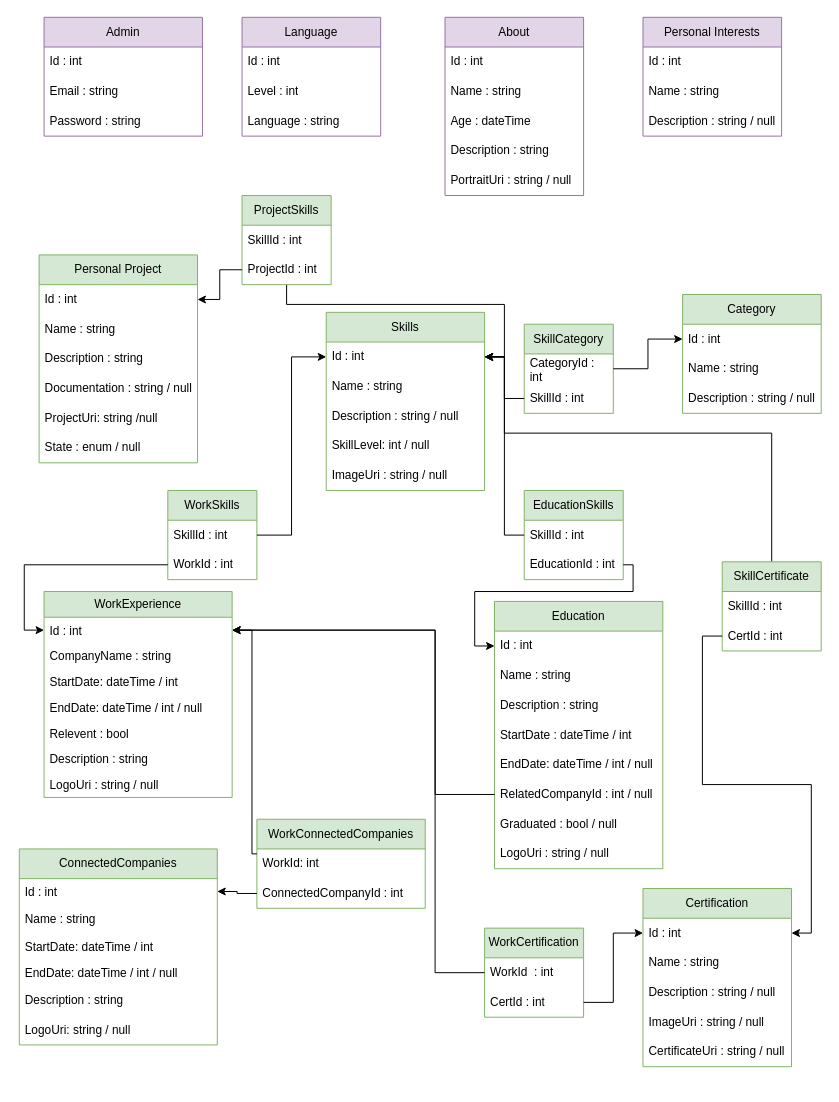
This is Planning/Backend/DatabaseSchema.drawio from Agent00bad/Examensarbete, a draw.io file, before an edit. Source tidied: cells renumbered, new cells numbered last; positions are measured from the earlier drawing's top-left corner, leaving out a move shared by most shapes. Both pictures are drawn from the tidied source at 99%, with x=0, y=0 at pixel (19, 17).
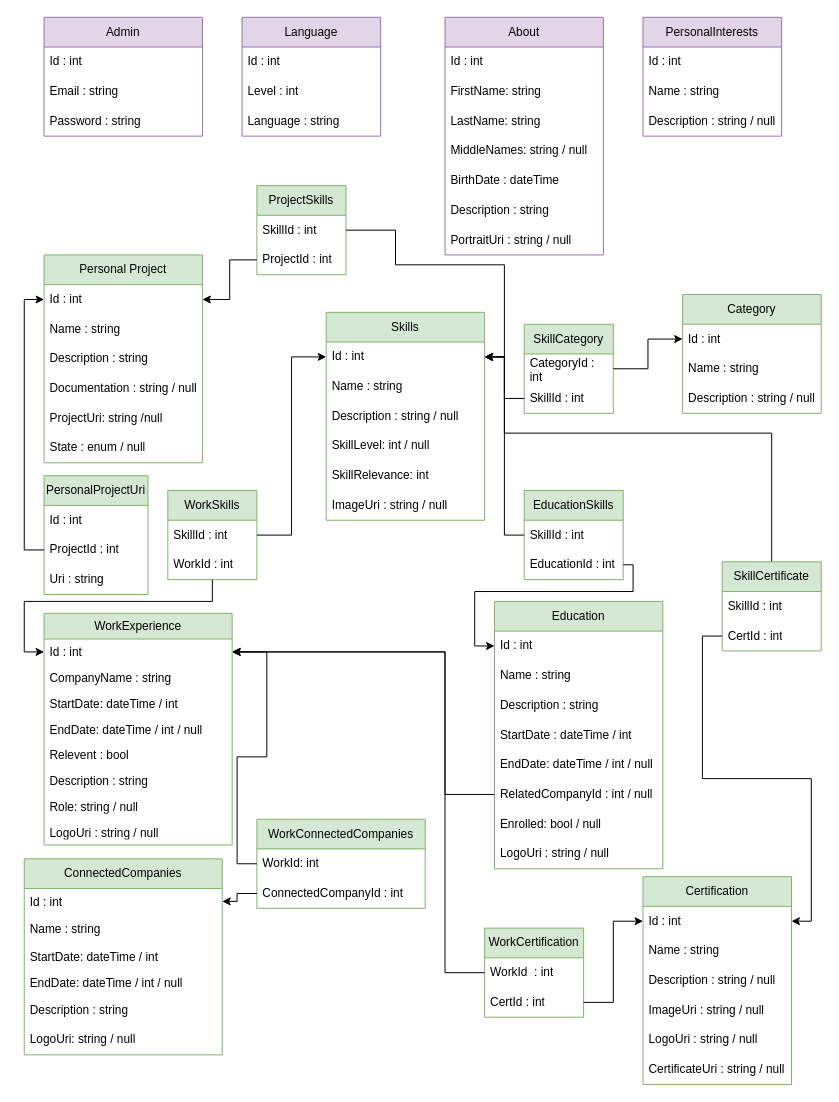
The same page after the edit.

The change refers to these unchanged cells:
```xml
<mxCell id="7" value="Id : int" style="text;strokeColor=none;fillColor=none;align=left;verticalAlign=top;spacingLeft=4;spacingRight=4;overflow=hidden;points=[[0,0.5],[1,0.5]];portConstraint=eastwest;whiteSpace=wrap;html=1;" parent="6" vertex="1">
  <mxGeometry y="26" width="190" height="26" as="geometry" />
</mxCell>
<mxCell id="22" value="Id : int" style="text;strokeColor=none;fillColor=none;align=left;verticalAlign=middle;spacingLeft=4;spacingRight=4;overflow=hidden;points=[[0,0.5],[1,0.5]];portConstraint=eastwest;whiteSpace=wrap;html=1;" parent="21" vertex="1">
  <mxGeometry y="30" width="160" height="30" as="geometry" />
</mxCell>
<mxCell id="27" value="Education" style="swimlane;fontStyle=0;horizontal=1;startSize=30;whiteSpace=wrap;html=1;fillColor=#d5e8d4;strokeColor=#82b366;" parent="1" vertex="1">
  <mxGeometry x="480" y="590" width="170" height="270" as="geometry" />
</mxCell>
<mxCell id="33" value="RelatedCompanyId : int / null" style="text;strokeColor=none;fillColor=none;align=left;verticalAlign=middle;spacingLeft=4;spacingRight=4;overflow=hidden;points=[[0,0.5],[1,0.5]];portConstraint=eastwest;whiteSpace=wrap;html=1;" parent="27" vertex="1">
  <mxGeometry y="180" width="170" height="30" as="geometry" />
</mxCell>
<mxCell id="52" value="Id : int" style="text;strokeColor=none;fillColor=none;align=left;verticalAlign=middle;spacingLeft=4;spacingRight=4;overflow=hidden;points=[[0,0.5],[1,0.5]];portConstraint=eastwest;whiteSpace=wrap;html=1;" parent="51" vertex="1">
  <mxGeometry y="30" width="160" height="30" as="geometry" />
</mxCell>
<mxCell id="70" value="WorkId : int" style="text;strokeColor=none;fillColor=none;align=left;verticalAlign=middle;spacingLeft=4;spacingRight=4;overflow=hidden;points=[[0,0.5],[1,0.5]];portConstraint=eastwest;whiteSpace=wrap;html=1;" parent="68" vertex="1">
  <mxGeometry y="60" width="90" height="30" as="geometry" />
</mxCell>
<mxCell id="73" value="WorkId: int" style="text;strokeColor=none;fillColor=none;align=left;verticalAlign=middle;spacingLeft=4;spacingRight=4;overflow=hidden;points=[[0,0.5],[1,0.5]];portConstraint=eastwest;whiteSpace=wrap;html=1;" parent="72" vertex="1">
  <mxGeometry y="30" width="170" height="30" as="geometry" />
</mxCell>
<mxCell id="99" value="WorkId&amp;nbsp; : int" style="text;strokeColor=none;fillColor=none;align=left;verticalAlign=middle;spacingLeft=4;spacingRight=4;overflow=hidden;points=[[0,0.5],[1,0.5]];portConstraint=eastwest;whiteSpace=wrap;html=1;" parent="98" vertex="1">
  <mxGeometry y="30" width="100" height="30" as="geometry" />
</mxCell>
```

The edit, as a diff of the source:
```diff
@@
     <mxCell id="6" value="WorkExperience" style="swimlane;fontStyle=0;horizontal=1;startSize=26;fillColor=#d5e8d4;whiteSpace=wrap;html=1;strokeColor=#82b366;" parent="1" vertex="1">
-      <mxGeometry x="25" y="580" width="190" height="208" as="geometry" />
+      <mxGeometry x="25" y="602" width="190" height="234" as="geometry" />
     </mxCell>
@@
+    <mxCell id="103" value="Role: string / null" style="text;strokeColor=none;fillColor=none;align=left;verticalAlign=top;spacingLeft=4;spacingRight=4;overflow=hidden;whiteSpace=wrap;html=1;" parent="6" vertex="1">
+      <mxGeometry y="182" width="190" height="26" as="geometry" />
+    </mxCell>
     <mxCell id="13" value="LogoUri : string / null" style="text;strokeColor=none;fillColor=none;align=left;verticalAlign=top;spacingLeft=4;spacingRight=4;overflow=hidden;whiteSpace=wrap;html=1;" parent="6" vertex="1">
-      <mxGeometry y="182" width="190" height="26" as="geometry" />
+      <mxGeometry y="208" width="190" height="26" as="geometry" />
     </mxCell>
     <mxCell id="14" value="ConnectedCompanies" style="swimlane;fontStyle=0;horizontal=1;startSize=30;whiteSpace=wrap;html=1;fillColor=#d5e8d4;strokeColor=#82b366;" parent="1" vertex="1">
-      <mxGeometry y="840" width="200" height="198" as="geometry" />
+      <mxGeometry x="5" y="850" width="200" height="198" as="geometry" />
     </mxCell>
@@
     <mxCell id="21" value="Skills" style="swimlane;fontStyle=0;horizontal=1;startSize=30;whiteSpace=wrap;html=1;fillColor=#d5e8d4;strokeColor=#82b366;" parent="1" vertex="1">
-      <mxGeometry x="310" y="298" width="160" height="180" as="geometry" />
+      <mxGeometry x="310" y="298" width="160" height="210" as="geometry" />
     </mxCell>
@@
+    <mxCell id="104" value="SkillRelevance: int" style="text;strokeColor=none;fillColor=none;align=left;verticalAlign=middle;spacingLeft=4;spacingRight=4;overflow=hidden;whiteSpace=wrap;html=1;" parent="21" vertex="1">
+      <mxGeometry y="150" width="160" height="30" as="geometry" />
+    </mxCell>
     <mxCell id="26" value="ImageUri : string / null" style="text;align=left;verticalAlign=middle;spacingLeft=4;spacingRight=4;overflow=hidden;whiteSpace=wrap;html=1;" parent="21" vertex="1">
-      <mxGeometry y="150" width="160" height="30" as="geometry" />
+      <mxGeometry y="180" width="160" height="30" as="geometry" />
     </mxCell>
@@
-    <mxCell id="34" value="Graduated : bool / null" style="text;align=left;verticalAlign=middle;spacingLeft=4;spacingRight=4;overflow=hidden;whiteSpace=wrap;html=1;" parent="27" vertex="1">
+    <mxCell id="34" value="Enrolled: bool / null" style="text;align=left;verticalAlign=middle;spacingLeft=4;spacingRight=4;overflow=hidden;whiteSpace=wrap;html=1;" parent="27" vertex="1">
       <mxGeometry y="210" width="170" height="30" as="geometry" />
     </mxCell>
@@
-    <mxCell id="36" style="edgeStyle=orthogonalEdgeStyle;rounded=0;jettySize=auto;html=1;entryX=1;entryY=0.5;entryDx=0;entryDy=0;" parent="1" edge="1" source="33" target="7">
-      <mxGeometry relative="1" as="geometry">
-        <Array as="points">
-          <mxPoint x="420" y="785" />
-          <mxPoint x="420" y="619" />
-        </Array>
-      </mxGeometry>
-    </mxCell>
     <mxCell id="37" value="About" style="swimlane;fontStyle=0;horizontal=1;startSize=30;whiteSpace=wrap;html=1;fillColor=#e1d5e7;strokeColor=#9673a6;" parent="1" vertex="1">
-      <mxGeometry x="430" width="140" height="180" as="geometry" />
+      <mxGeometry x="430" width="160" height="240" as="geometry" />
     </mxCell>
     <mxCell id="38" value="Id : int" style="text;strokeColor=none;fillColor=none;align=left;verticalAlign=middle;spacingLeft=4;spacingRight=4;overflow=hidden;whiteSpace=wrap;html=1;" parent="37" vertex="1">
-      <mxGeometry y="30" width="140" height="30" as="geometry" />
+      <mxGeometry y="30" width="160" height="30" as="geometry" />
     </mxCell>
-    <mxCell id="39" value="Name : string" style="text;strokeColor=none;fillColor=none;align=left;verticalAlign=middle;spacingLeft=4;spacingRight=4;overflow=hidden;whiteSpace=wrap;html=1;" parent="37" vertex="1">
-      <mxGeometry y="60" width="140" height="30" as="geometry" />
+    <mxCell id="39" value="FirstName: string" style="text;strokeColor=none;fillColor=none;align=left;verticalAlign=middle;spacingLeft=4;spacingRight=4;overflow=hidden;whiteSpace=wrap;html=1;" parent="37" vertex="1">
+      <mxGeometry y="60" width="160" height="30" as="geometry" />
     </mxCell>
+    <mxCell id="105" value="LastName: string" style="text;strokeColor=none;fillColor=none;align=left;verticalAlign=middle;spacingLeft=4;spacingRight=4;overflow=hidden;whiteSpace=wrap;html=1;" parent="37" vertex="1">
+      <mxGeometry y="90" width="160" height="30" as="geometry" />
+    </mxCell>
+    <mxCell id="106" value="MiddleNames: string / null" style="text;strokeColor=none;fillColor=none;align=left;verticalAlign=middle;spacingLeft=4;spacingRight=4;overflow=hidden;whiteSpace=wrap;html=1;" parent="37" vertex="1">
+      <mxGeometry y="120" width="160" height="30" as="geometry" />
+    </mxCell>
-    <mxCell id="40" value="Age : dateTime" style="text;strokeColor=none;fillColor=none;align=left;verticalAlign=middle;spacingLeft=4;spacingRight=4;overflow=hidden;whiteSpace=wrap;html=1;" parent="37" vertex="1">
-      <mxGeometry y="90" width="140" height="30" as="geometry" />
+    <mxCell id="40" value="BirthDate : dateTime" style="text;strokeColor=none;fillColor=none;align=left;verticalAlign=middle;spacingLeft=4;spacingRight=4;overflow=hidden;whiteSpace=wrap;html=1;" parent="37" vertex="1">
+      <mxGeometry y="150" width="160" height="30" as="geometry" />
     </mxCell>
     <mxCell id="41" value="Description : string" style="text;strokeColor=none;fillColor=none;align=left;verticalAlign=middle;spacingLeft=4;spacingRight=4;overflow=hidden;whiteSpace=wrap;html=1;" parent="37" vertex="1">
-      <mxGeometry y="120" width="140" height="30" as="geometry" />
+      <mxGeometry y="180" width="160" height="30" as="geometry" />
     </mxCell>
     <mxCell id="42" value="PortraitUri : string / null" style="text;strokeColor=none;fillColor=none;align=left;verticalAlign=middle;spacingLeft=4;spacingRight=4;overflow=hidden;whiteSpace=wrap;html=1;" parent="37" vertex="1">
-      <mxGeometry y="150" width="140" height="30" as="geometry" />
+      <mxGeometry y="210" width="160" height="30" as="geometry" />
     </mxCell>
@@
-    <mxCell id="47" value="Personal Interests" style="swimlane;fontStyle=0;horizontal=1;startSize=30;whiteSpace=wrap;html=1;fillColor=#e1d5e7;strokeColor=#9673a6;" parent="1" vertex="1">
+    <mxCell id="47" value="PersonalInterests" style="swimlane;fontStyle=0;horizontal=1;startSize=30;whiteSpace=wrap;html=1;fillColor=#e1d5e7;strokeColor=#9673a6;" parent="1" vertex="1">
       <mxGeometry x="630" width="140" height="120" as="geometry" />
     </mxCell>
@@
     <mxCell id="51" value="Personal Project" style="swimlane;fontStyle=0;horizontal=1;startSize=30;whiteSpace=wrap;html=1;fillColor=#d5e8d4;strokeColor=#82b366;shadow=0;" parent="1" vertex="1">
-      <mxGeometry x="20" y="240" width="160" height="210" as="geometry" />
+      <mxGeometry x="25" y="240" width="160" height="210" as="geometry" />
     </mxCell>
@@
-    <mxCell id="58" style="edgeStyle=orthogonalEdgeStyle;rounded=0;jettySize=auto;html=1;entryX=1;entryY=0.5;entryDx=0;entryDy=0;" parent="1" edge="1" source="59" target="22">
-      <mxGeometry relative="1" as="geometry">
-        <Array as="points">
-          <mxPoint x="270" y="290" />
-          <mxPoint x="490" y="290" />
-          <mxPoint x="490" y="343" />
-        </Array>
-      </mxGeometry>
-    </mxCell>
-    <mxCell id="59" value="ProjectSkills" style="swimlane;fontStyle=0;horizontal=1;startSize=30;whiteSpace=wrap;html=1;fillColor=#d5e8d4;strokeColor=#82b366;" parent="1" vertex="1">
-      <mxGeometry x="225" y="180" width="90" height="90" as="geometry" />
-    </mxCell>
-    <mxCell id="60" value="SkillId : int" style="text;strokeColor=none;fillColor=none;align=left;verticalAlign=middle;spacingLeft=4;spacingRight=4;overflow=hidden;points=[[0,0.5],[1,0.5]];portConstraint=eastwest;whiteSpace=wrap;html=1;" parent="59" vertex="1">
-      <mxGeometry y="30" width="90" height="30" as="geometry" />
-    </mxCell>
-    <mxCell id="61" value="ProjectId : int" style="text;strokeColor=none;fillColor=none;align=left;verticalAlign=middle;spacingLeft=4;spacingRight=4;overflow=hidden;points=[[0,0.5],[1,0.5]];portConstraint=eastwest;whiteSpace=wrap;html=1;" parent="59" vertex="1">
-      <mxGeometry y="60" width="90" height="30" as="geometry" />
-    </mxCell>
-    <mxCell id="62" style="edgeStyle=orthogonalEdgeStyle;rounded=0;jettySize=auto;html=1;entryX=1;entryY=0.5;entryDx=0;entryDy=0;" parent="1" edge="1" source="61" target="52">
-      <mxGeometry relative="1" as="geometry" />
-    </mxCell>
@@
     <mxCell id="71" style="edgeStyle=orthogonalEdgeStyle;rounded=0;jettySize=auto;html=1;entryX=0;entryY=0.5;entryDx=0;entryDy=0;" parent="1" edge="1" source="70" target="7">
-      <mxGeometry relative="1" as="geometry" />
+      <mxGeometry relative="1" as="geometry">
+        <Array as="points">
+          <mxPoint x="195" y="590" />
+          <mxPoint x="5" y="590" />
+          <mxPoint x="5" y="641" />
+        </Array>
+      </mxGeometry>
     </mxCell>
@@
-    <mxCell id="77" style="edgeStyle=orthogonalEdgeStyle;rounded=0;jettySize=auto;html=1;entryX=1;entryY=0.5;entryDx=0;entryDy=0;" parent="1" edge="1" source="73" target="7">
-      <mxGeometry relative="1" as="geometry">
-        <Array as="points">
-          <mxPoint x="235" y="845" />
-          <mxPoint x="235" y="619" />
-        </Array>
-      </mxGeometry>
-    </mxCell>
@@
     <mxCell id="87" value="Certification" style="swimlane;fontStyle=0;horizontal=1;startSize=30;whiteSpace=wrap;html=1;fillColor=#d5e8d4;strokeColor=#82b366;" parent="1" vertex="1">
-      <mxGeometry x="630" y="880" width="150" height="180" as="geometry" />
+      <mxGeometry x="630" y="868" width="150" height="210" as="geometry" />
     </mxCell>
@@
+    <mxCell id="107" value="LogoUri : string / null" style="text;strokeColor=none;fillColor=none;align=left;verticalAlign=middle;spacingLeft=4;spacingRight=4;overflow=hidden;whiteSpace=wrap;html=1;" parent="87" vertex="1">
+      <mxGeometry y="150" width="150" height="30" as="geometry" />
+    </mxCell>
     <mxCell id="92" value="CertificateUri : string / null" style="text;strokeColor=none;fillColor=none;align=left;verticalAlign=middle;spacingLeft=4;spacingRight=4;overflow=hidden;whiteSpace=wrap;html=1;" parent="87" vertex="1">
-      <mxGeometry y="150" width="150" height="30" as="geometry" />
+      <mxGeometry y="180" width="150" height="30" as="geometry" />
     </mxCell>
@@
+    <mxCell id="108" value="PersonalProjectUri" style="swimlane;fontStyle=0;horizontal=1;startSize=30;whiteSpace=wrap;html=1;fillColor=#d5e8d4;strokeColor=#82b366;" parent="1" vertex="1">
+      <mxGeometry x="25" y="463" width="105" height="120" as="geometry" />
+    </mxCell>
+    <mxCell id="109" value="Id : int" style="text;strokeColor=none;fillColor=none;align=left;verticalAlign=middle;spacingLeft=4;spacingRight=4;overflow=hidden;whiteSpace=wrap;html=1;" parent="108" vertex="1">
+      <mxGeometry y="30" width="105" height="30" as="geometry" />
+    </mxCell>
+    <mxCell id="110" value="ProjectId : int" style="text;strokeColor=none;fillColor=none;align=left;verticalAlign=middle;spacingLeft=4;spacingRight=4;overflow=hidden;points=[[0,0.5],[1,0.5]];portConstraint=eastwest;whiteSpace=wrap;html=1;" parent="108" vertex="1">
+      <mxGeometry y="60" width="105" height="30" as="geometry" />
+    </mxCell>
+    <mxCell id="111" value="Uri : string" style="text;strokeColor=none;fillColor=none;align=left;verticalAlign=middle;spacingLeft=4;spacingRight=4;overflow=hidden;whiteSpace=wrap;html=1;" parent="108" vertex="1">
+      <mxGeometry y="90" width="105" height="30" as="geometry" />
+    </mxCell>
+    <mxCell id="112" style="edgeStyle=orthogonalEdgeStyle;rounded=0;jettySize=auto;html=1;entryX=0;entryY=0.5;entryDx=0;entryDy=0;" parent="1" edge="1" source="110" target="52">
+      <mxGeometry relative="1" as="geometry">
+        <Array as="points">
+          <mxPoint x="5" y="538" />
+          <mxPoint x="5" y="285" />
+        </Array>
+      </mxGeometry>
+    </mxCell>
+    <mxCell id="59" value="ProjectSkills" style="swimlane;fontStyle=0;horizontal=1;startSize=30;whiteSpace=wrap;html=1;fillColor=#d5e8d4;strokeColor=#82b366;" parent="1" vertex="1">
+      <mxGeometry x="240" y="170" width="90" height="90" as="geometry" />
+    </mxCell>
+    <mxCell id="60" value="SkillId : int" style="text;strokeColor=none;fillColor=none;align=left;verticalAlign=middle;spacingLeft=4;spacingRight=4;overflow=hidden;points=[[0,0.5],[1,0.5]];portConstraint=eastwest;whiteSpace=wrap;html=1;" parent="59" vertex="1">
+      <mxGeometry y="30" width="90" height="30" as="geometry" />
+    </mxCell>
+    <mxCell id="61" value="ProjectId : int" style="text;strokeColor=none;fillColor=none;align=left;verticalAlign=middle;spacingLeft=4;spacingRight=4;overflow=hidden;points=[[0,0.5],[1,0.5]];portConstraint=eastwest;whiteSpace=wrap;html=1;" parent="59" vertex="1">
+      <mxGeometry y="60" width="90" height="30" as="geometry" />
+    </mxCell>
+    <mxCell id="113" style="edgeStyle=orthogonalEdgeStyle;rounded=0;jettySize=auto;html=1;entryX=1;entryY=0.5;entryDx=0;entryDy=0;" parent="1" edge="1" source="60" target="22">
+      <mxGeometry relative="1" as="geometry">
+        <Array as="points">
+          <mxPoint x="380" y="215" />
+          <mxPoint x="380" y="250" />
+          <mxPoint x="490" y="250" />
+          <mxPoint x="490" y="343" />
+        </Array>
+      </mxGeometry>
+    </mxCell>
+    <mxCell id="62" style="edgeStyle=orthogonalEdgeStyle;rounded=0;jettySize=auto;html=1;entryX=1;entryY=0.5;entryDx=0;entryDy=0;" parent="1" edge="1" source="61" target="52">
+      <mxGeometry relative="1" as="geometry" />
+    </mxCell>
+    <mxCell id="77" style="edgeStyle=orthogonalEdgeStyle;rounded=0;jettySize=auto;html=1;entryX=1;entryY=0.5;entryDx=0;entryDy=0;" parent="1" edge="1" source="73" target="7">
+      <mxGeometry relative="1" as="geometry">
+        <Array as="points">
+          <mxPoint x="220" y="855" />
+          <mxPoint x="220" y="747" />
+          <mxPoint x="250" y="747" />
+          <mxPoint x="250" y="641" />
+        </Array>
+      </mxGeometry>
+    </mxCell>
-    <mxCell id="102" style="edgeStyle=orthogonalEdgeStyle;rounded=0;jettySize=auto;html=1;" parent="1" edge="1" source="99" target="7">
+    <mxCell id="102" style="edgeStyle=orthogonalEdgeStyle;rounded=0;jettySize=auto;html=1;entryX=1;entryY=0.5;entryDx=0;entryDy=0;" parent="1" edge="1" source="99" target="7">
       <mxGeometry relative="1" as="geometry">
         <Array as="points">
-          <mxPoint x="420" y="965" />
-          <mxPoint x="420" y="619" />
+          <mxPoint x="430" y="965" />
+          <mxPoint x="430" y="641" />
         </Array>
       </mxGeometry>
     </mxCell>
+    <mxCell id="36" style="edgeStyle=orthogonalEdgeStyle;rounded=0;jettySize=auto;html=1;entryX=1;entryY=0.5;entryDx=0;entryDy=0;" parent="1" edge="1" source="33" target="7">
+      <mxGeometry relative="1" as="geometry">
+        <Array as="points">
+          <mxPoint x="430" y="785" />
+          <mxPoint x="430" y="641" />
+        </Array>
+      </mxGeometry>
+    </mxCell>
```
